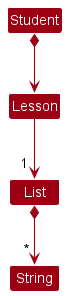
Before: docs/images/LessonClassDiagram.png, a diagram exported from PlantUML (nus-cs2103-AY2223S2/tp). Its diagram source:
```plantuml
@startuml
!include style.puml
skinparam arrowThickness 1.1
skinparam arrowColor MODEL_COLOR
skinparam classBackgroundColor MODEL_COLOR

Class String
Class Student
Class Lesson
Class List

Student *--> Lesson

Lesson --> "1 " List

List *--> "~* "String
@enduml
```
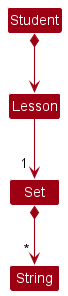
Above is the later version.

What changed in the source:
```diff
@@ -7,11 +7,11 @@
 Class String
 Class Student
 Class Lesson
-Class List
+Class Set
 
 Student *--> Lesson
 
-Lesson --> "1 " List
+Lesson --> "1 " Set
 
-List *--> "~* "String
+Set *--> "~* "String
 @enduml
```
